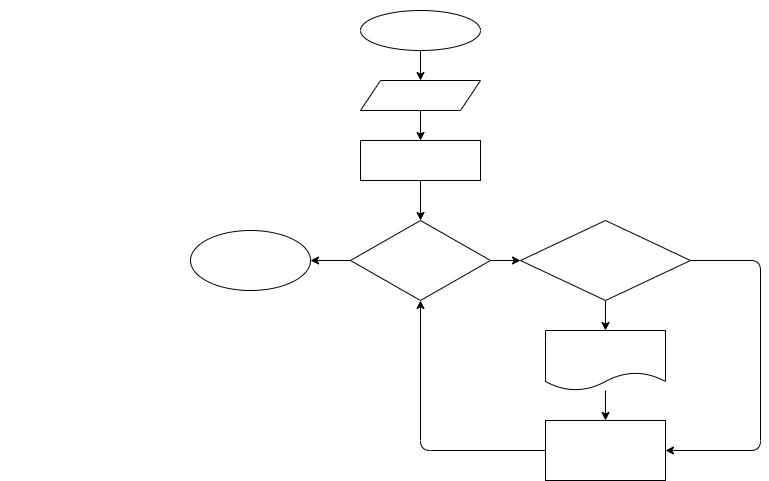
Above: HomeWork/Task003/diagram.drawio.png in Alshopik/HomeWorc (draw.io), before the change. Source tidied: cells renumbered, new cells last; positions are measured from the earlier drawing's top-left corner, leaving out a move shared by most shapes.
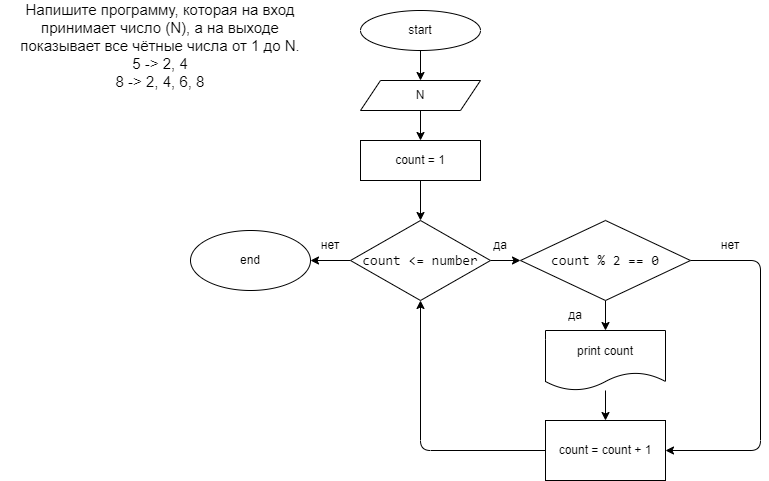
After the commit.

Commit message:
task003_diagram_commit2

The edit, as a diff of the source:
```diff
@@ -2,42 +2,42 @@
   <root>
     <mxCell id="0" />
     <mxCell id="1" parent="0" />
-    <mxCell id="2" value="&lt;p style=&quot;box-sizing: border-box ; margin: 0px ; font-family: &amp;#34;roboto&amp;#34; , &amp;#34;san francisco&amp;#34; , &amp;#34;helvetica neue&amp;#34; , &amp;#34;helvetica&amp;#34; , &amp;#34;arial&amp;#34; ; font-size: 15px&quot;&gt;&lt;font color=&quot;#ffffff&quot;&gt;Напишите программу, которая на вход принимает число (N), а на выходе показывает все чётные числа от 1 до N.&lt;/font&gt;&lt;/p&gt;&lt;p style=&quot;box-sizing: border-box ; margin: 0px ; font-family: &amp;#34;roboto&amp;#34; , &amp;#34;san francisco&amp;#34; , &amp;#34;helvetica neue&amp;#34; , &amp;#34;helvetica&amp;#34; , &amp;#34;arial&amp;#34; ; font-size: 15px&quot;&gt;&lt;font color=&quot;#ffffff&quot;&gt;5 -&amp;gt; 2, 4&lt;br style=&quot;box-sizing: border-box&quot;&gt;8 -&amp;gt; 2, 4, 6, 8&lt;/font&gt;&lt;/p&gt;" style="text;html=1;strokeColor=none;fillColor=none;align=center;verticalAlign=middle;whiteSpace=wrap;rounded=0;" parent="1" vertex="1">
+    <mxCell id="2" value="&lt;p style=&quot;box-sizing: border-box ; margin: 0px ; font-family: &amp;quot;roboto&amp;quot; , &amp;quot;san francisco&amp;quot; , &amp;quot;helvetica neue&amp;quot; , &amp;quot;helvetica&amp;quot; , &amp;quot;arial&amp;quot; ; font-size: 15px&quot;&gt;&lt;font&gt;Напишите программу, которая на вход принимает число (N), а на выходе показывает все чётные числа от 1 до N.&lt;/font&gt;&lt;/p&gt;&lt;p style=&quot;box-sizing: border-box ; margin: 0px ; font-family: &amp;quot;roboto&amp;quot; , &amp;quot;san francisco&amp;quot; , &amp;quot;helvetica neue&amp;quot; , &amp;quot;helvetica&amp;quot; , &amp;quot;arial&amp;quot; ; font-size: 15px&quot;&gt;&lt;font&gt;5 -&amp;gt; 2, 4&lt;br style=&quot;box-sizing: border-box&quot;&gt;8 -&amp;gt; 2, 4, 6, 8&lt;/font&gt;&lt;/p&gt;" style="text;html=1;align=center;verticalAlign=middle;whiteSpace=wrap;rounded=0;labelBackgroundColor=none;labelBorderColor=none;" parent="1" vertex="1">
       <mxGeometry width="320" height="90" as="geometry" />
     </mxCell>
-    <mxCell id="3" style="edgeStyle=none;html=1;fontColor=#FFFFFF;" parent="1" edge="1" source="4" target="6">
+    <mxCell id="3" style="edgeStyle=none;html=1;fontColor=#000000;labelBackgroundColor=none;labelBorderColor=none;" parent="1" edge="1" source="4" target="6">
       <mxGeometry relative="1" as="geometry" />
     </mxCell>
-    <mxCell id="4" value="start" style="ellipse;whiteSpace=wrap;html=1;labelBackgroundColor=none;fontColor=#FFFFFF;" parent="1" vertex="1">
+    <mxCell id="4" value="start" style="ellipse;whiteSpace=wrap;html=1;labelBackgroundColor=none;labelBorderColor=none;" parent="1" vertex="1">
       <mxGeometry x="360" y="10" width="120" height="40" as="geometry" />
     </mxCell>
-    <mxCell id="5" style="edgeStyle=none;html=1;fontColor=#FFFFFF;" parent="1" edge="1" source="6" target="8">
+    <mxCell id="5" style="edgeStyle=none;html=1;fontColor=#000000;labelBackgroundColor=none;labelBorderColor=none;" parent="1" edge="1" source="6" target="8">
       <mxGeometry relative="1" as="geometry" />
     </mxCell>
-    <mxCell id="6" value="N" style="shape=parallelogram;perimeter=parallelogramPerimeter;whiteSpace=wrap;html=1;fixedSize=1;fontColor=#FFFFFF;labelBackgroundColor=none;" parent="1" vertex="1">
+    <mxCell id="6" value="N" style="shape=parallelogram;perimeter=parallelogramPerimeter;whiteSpace=wrap;html=1;fixedSize=1;labelBackgroundColor=none;labelBorderColor=none;" parent="1" vertex="1">
       <mxGeometry x="360" y="80" width="120" height="30" as="geometry" />
     </mxCell>
-    <mxCell id="7" style="edgeStyle=none;html=1;fontColor=#FFFFFF;" parent="1" edge="1" source="8" target="11">
+    <mxCell id="7" style="edgeStyle=none;html=1;fontColor=#000000;labelBackgroundColor=none;labelBorderColor=none;" parent="1" edge="1" source="8" target="11">
       <mxGeometry relative="1" as="geometry" />
     </mxCell>
-    <mxCell id="8" value="count = 1" style="whiteSpace=wrap;html=1;fontColor=#FFFFFF;labelBackgroundColor=none;" parent="1" vertex="1">
+    <mxCell id="8" value="count = 1" style="whiteSpace=wrap;html=1;labelBackgroundColor=none;labelBorderColor=none;" parent="1" vertex="1">
       <mxGeometry x="360" y="140" width="120" height="40" as="geometry" />
     </mxCell>
-    <mxCell id="9" style="edgeStyle=none;html=1;fontColor=#FFFFFF;" parent="1" edge="1" source="11" target="14">
+    <mxCell id="9" style="edgeStyle=none;html=1;fontColor=#000000;labelBackgroundColor=none;labelBorderColor=none;" parent="1" edge="1" source="11" target="14">
       <mxGeometry relative="1" as="geometry" />
     </mxCell>
-    <mxCell id="10" style="edgeStyle=none;html=1;fontColor=#FFFFFF;" parent="1" edge="1" source="11">
+    <mxCell id="10" style="edgeStyle=none;html=1;fontColor=#000000;labelBackgroundColor=none;labelBorderColor=none;" parent="1" edge="1" source="11">
       <mxGeometry relative="1" as="geometry">
         <mxPoint x="310" y="260" as="targetPoint" />
       </mxGeometry>
     </mxCell>
-    <mxCell id="11" value="&lt;div style=&quot;font-family: &amp;#34;consolas&amp;#34; , &amp;#34;courier new&amp;#34; , monospace ; font-size: 14px ; line-height: 19px&quot;&gt;count &amp;lt;= number&lt;/div&gt;" style="rhombus;whiteSpace=wrap;html=1;fontColor=#FFFFFF;labelBackgroundColor=none;" parent="1" vertex="1">
+    <mxCell id="11" value="&lt;div style=&quot;font-family: &amp;quot;consolas&amp;quot; , &amp;quot;courier new&amp;quot; , monospace ; font-size: 14px ; line-height: 19px&quot;&gt;count &amp;lt;= number&lt;/div&gt;" style="rhombus;whiteSpace=wrap;html=1;labelBackgroundColor=none;labelBorderColor=none;" parent="1" vertex="1">
       <mxGeometry x="350" y="220" width="140" height="80" as="geometry" />
     </mxCell>
-    <mxCell id="12" style="edgeStyle=none;html=1;fontColor=#FFFFFF;entryX=0.5;entryY=0;entryDx=0;entryDy=0;exitX=0.5;exitY=1;exitDx=0;exitDy=0;" parent="1" edge="1" source="14" target="18">
+    <mxCell id="12" style="edgeStyle=none;html=1;fontColor=#000000;entryX=0.5;entryY=0;entryDx=0;entryDy=0;exitX=0.5;exitY=1;exitDx=0;exitDy=0;labelBackgroundColor=none;labelBorderColor=none;" parent="1" edge="1" source="14" target="18">
       <mxGeometry relative="1" as="geometry" />
     </mxCell>
-    <mxCell id="13" style="edgeStyle=none;html=1;entryX=1;entryY=0.5;entryDx=0;entryDy=0;fontColor=#FFFFFF;" parent="1" edge="1" source="14" target="20">
+    <mxCell id="13" style="edgeStyle=none;html=1;entryX=1;entryY=0.5;entryDx=0;entryDy=0;fontColor=#000000;labelBackgroundColor=none;labelBorderColor=none;" parent="1" edge="1" source="14" target="20">
       <mxGeometry relative="1" as="geometry">
         <Array as="points">
           <mxPoint x="760" y="260" />
@@ -45,38 +45,38 @@
         </Array>
       </mxGeometry>
     </mxCell>
-    <mxCell id="14" value="&lt;div style=&quot;font-family: &amp;#34;consolas&amp;#34; , &amp;#34;courier new&amp;#34; , monospace ; font-size: 14px ; line-height: 19px&quot;&gt;count % 2 == 0&lt;/div&gt;" style="rhombus;whiteSpace=wrap;html=1;fontColor=#FFFFFF;labelBackgroundColor=none;" parent="1" vertex="1">
+    <mxCell id="14" value="&lt;div style=&quot;font-family: &amp;quot;consolas&amp;quot; , &amp;quot;courier new&amp;quot; , monospace ; font-size: 14px ; line-height: 19px&quot;&gt;count % 2 == 0&lt;/div&gt;" style="rhombus;whiteSpace=wrap;html=1;labelBackgroundColor=none;labelBorderColor=none;" parent="1" vertex="1">
       <mxGeometry x="520" y="220" width="170" height="80" as="geometry" />
     </mxCell>
-    <mxCell id="15" value="да" style="text;html=1;strokeColor=none;fillColor=none;align=center;verticalAlign=middle;whiteSpace=wrap;rounded=0;labelBackgroundColor=none;fontColor=#FFFFFF;" parent="1" vertex="1">
+    <mxCell id="15" value="да" style="text;html=1;align=center;verticalAlign=middle;whiteSpace=wrap;rounded=0;labelBackgroundColor=none;labelBorderColor=none;" parent="1" vertex="1">
       <mxGeometry x="470" y="230" width="60" height="30" as="geometry" />
     </mxCell>
-    <mxCell id="16" value="да" style="text;html=1;strokeColor=none;fillColor=none;align=center;verticalAlign=middle;whiteSpace=wrap;rounded=0;labelBackgroundColor=none;fontColor=#FFFFFF;" parent="1" vertex="1">
+    <mxCell id="16" value="да" style="text;html=1;align=center;verticalAlign=middle;whiteSpace=wrap;rounded=0;labelBackgroundColor=none;labelBorderColor=none;" parent="1" vertex="1">
       <mxGeometry x="545" y="300" width="60" height="30" as="geometry" />
     </mxCell>
-    <mxCell id="17" style="edgeStyle=none;html=1;fontColor=#FFFFFF;" parent="1" edge="1" source="18" target="20">
+    <mxCell id="17" style="edgeStyle=none;html=1;fontColor=#000000;labelBackgroundColor=none;labelBorderColor=none;" parent="1" edge="1" source="18" target="20">
       <mxGeometry relative="1" as="geometry" />
     </mxCell>
-    <mxCell id="18" value="print count" style="shape=document;whiteSpace=wrap;html=1;boundedLbl=1;labelBackgroundColor=none;fontColor=#FFFFFF;" parent="1" vertex="1">
+    <mxCell id="18" value="print count" style="shape=document;whiteSpace=wrap;html=1;boundedLbl=1;labelBackgroundColor=none;labelBorderColor=none;" parent="1" vertex="1">
       <mxGeometry x="545" y="330" width="120" height="60" as="geometry" />
     </mxCell>
-    <mxCell id="19" style="edgeStyle=none;html=1;fontColor=#FFFFFF;entryX=0.5;entryY=1;entryDx=0;entryDy=0;" parent="1" edge="1" source="20" target="11">
+    <mxCell id="19" style="edgeStyle=none;html=1;fontColor=#000000;entryX=0.5;entryY=1;entryDx=0;entryDy=0;labelBackgroundColor=none;labelBorderColor=none;" parent="1" edge="1" source="20" target="11">
       <mxGeometry relative="1" as="geometry">
         <Array as="points">
           <mxPoint x="420" y="450" />
         </Array>
       </mxGeometry>
     </mxCell>
-    <mxCell id="20" value="count = count + 1" style="rounded=0;whiteSpace=wrap;html=1;labelBackgroundColor=none;fontColor=#FFFFFF;" parent="1" vertex="1">
+    <mxCell id="20" value="count = count + 1" style="rounded=0;whiteSpace=wrap;html=1;labelBackgroundColor=none;labelBorderColor=none;" parent="1" vertex="1">
       <mxGeometry x="545" y="420" width="120" height="60" as="geometry" />
     </mxCell>
-    <mxCell id="21" value="end" style="ellipse;whiteSpace=wrap;html=1;labelBackgroundColor=none;fontColor=#FFFFFF;" parent="1" vertex="1">
+    <mxCell id="21" value="end" style="ellipse;whiteSpace=wrap;html=1;labelBackgroundColor=none;labelBorderColor=none;" parent="1" vertex="1">
       <mxGeometry x="190" y="230" width="120" height="60" as="geometry" />
     </mxCell>
-    <mxCell id="22" value="нет" style="text;html=1;strokeColor=none;fillColor=none;align=center;verticalAlign=middle;whiteSpace=wrap;rounded=0;labelBackgroundColor=none;fontColor=#FFFFFF;" parent="1" vertex="1">
+    <mxCell id="22" value="нет" style="text;html=1;align=center;verticalAlign=middle;whiteSpace=wrap;rounded=0;labelBackgroundColor=none;labelBorderColor=none;" parent="1" vertex="1">
       <mxGeometry x="700" y="230" width="60" height="30" as="geometry" />
     </mxCell>
-    <mxCell id="23" value="нет" style="text;html=1;strokeColor=none;fillColor=none;align=center;verticalAlign=middle;whiteSpace=wrap;rounded=0;labelBackgroundColor=none;fontColor=#FFFFFF;" parent="1" vertex="1">
+    <mxCell id="23" value="нет" style="text;html=1;align=center;verticalAlign=middle;whiteSpace=wrap;rounded=0;labelBackgroundColor=none;labelBorderColor=none;" parent="1" vertex="1">
       <mxGeometry x="300" y="230" width="60" height="30" as="geometry" />
     </mxCell>
   </root>
```
